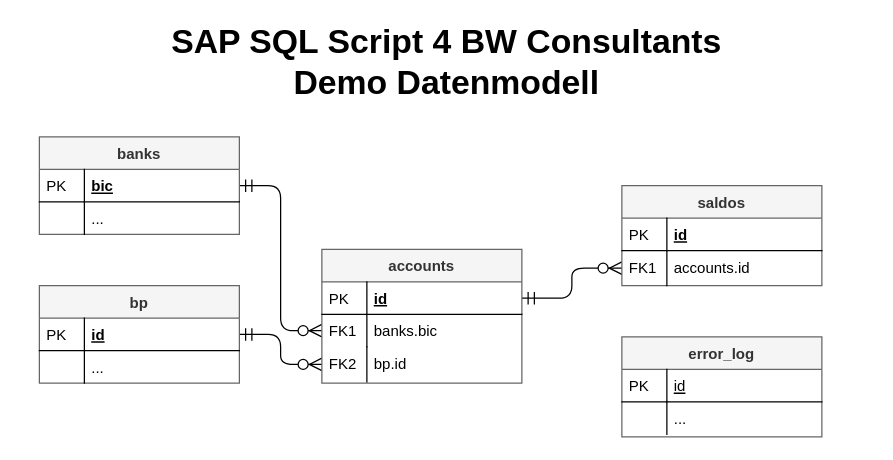
harry2303/SQL-Script-4-BW-Consultants keeps this draw.io diagram as ERM/Demo-Datenmodell.drawio. Above is the earlier version. Source tidied: cells renumbered, new cells numbered last; positions are measured from the earlier drawing's top-left corner, leaving out a move shared by most shapes. Both pictures are drawn from the tidied source at 125%, with x=0, y=0 at pixel (21, 24).
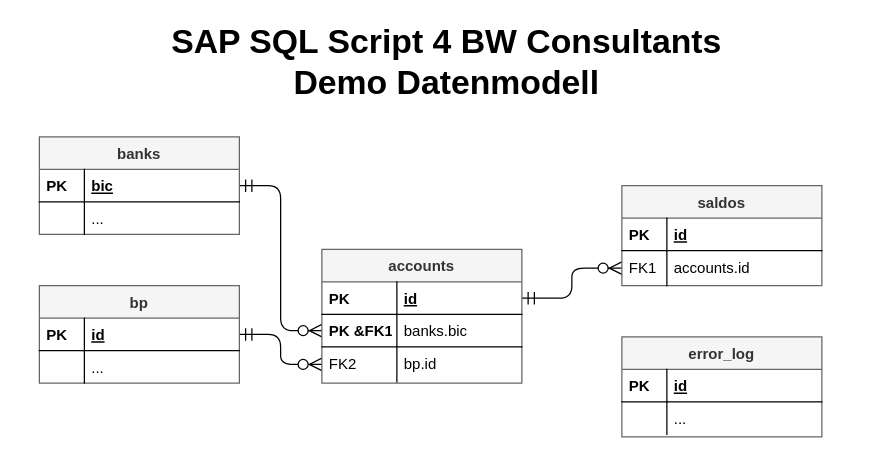
The same diagram, later.

Commit message (it also covers changes not shown here):
data model modification

Unchanged cells that the change refers to:
```xml
<mxCell id="6" value="accounts" style="swimlane;fontStyle=1;horizontal=1;startSize=26;rounded=0;shadow=0;strokeWidth=1;fillColor=#f5f5f5;strokeColor=#666666;fontColor=#333333;" parent="1" vertex="1">
  <mxGeometry x="240" y="180" width="160" height="107" as="geometry" />
</mxCell>
<mxCell id="14" value="bic" style="shape=partialRectangle;top=0;left=0;right=0;bottom=1;align=left;verticalAlign=top;fillColor=none;spacingLeft=40;spacingRight=4;overflow=hidden;points=[[0,0.5],[1,0.5]];portConstraint=eastwest;rounded=0;shadow=0;strokeWidth=1;fontStyle=5;" parent="13" vertex="1">
  <mxGeometry y="26" width="160" height="26" as="geometry" />
</mxCell>
<mxCell id="19" value="id" style="shape=partialRectangle;top=0;left=0;right=0;bottom=1;align=left;verticalAlign=top;fillColor=none;spacingLeft=40;spacingRight=4;overflow=hidden;points=[[0,0.5],[1,0.5]];portConstraint=eastwest;rounded=0;shadow=0;strokeWidth=1;fontStyle=5;" parent="18" vertex="1">
  <mxGeometry y="26" width="160" height="26" as="geometry" />
</mxCell>
<mxCell id="24" value="id" style="shape=partialRectangle;top=0;left=0;right=0;bottom=1;align=left;verticalAlign=top;fillColor=none;spacingLeft=40;spacingRight=4;overflow=hidden;rounded=0;shadow=0;strokeWidth=1;fontStyle=5;" parent="23" vertex="1">
  <mxGeometry y="26" width="160" height="26" as="geometry" />
</mxCell>
<mxCell id="28" value="error_log" style="swimlane;fontStyle=1;horizontal=1;startSize=26;rounded=0;shadow=0;strokeWidth=1;fillColor=#f5f5f5;strokeColor=#666666;fontColor=#333333;" parent="1" vertex="1">
  <mxGeometry x="480" y="250" width="160" height="80" as="geometry" />
</mxCell>
```

The edit, as a diff of the source:
```diff
@@
-    <mxCell id="7" value="id" style="shape=partialRectangle;top=0;left=0;right=0;bottom=1;align=left;verticalAlign=top;fillColor=none;spacingLeft=40;spacingRight=4;overflow=hidden;points=[[0,0.5],[1,0.5]];portConstraint=eastwest;rounded=0;shadow=0;strokeWidth=1;fontStyle=5;" parent="6" vertex="1">
+    <mxCell id="7" value="id" style="shape=partialRectangle;top=0;left=0;right=0;bottom=1;align=left;verticalAlign=top;fillColor=none;spacingLeft=64;spacingRight=4;overflow=hidden;points=[[0,0.5],[1,0.5]];portConstraint=eastwest;rounded=0;shadow=0;strokeWidth=1;fontStyle=5;" parent="6" vertex="1">
       <mxGeometry y="26" width="160" height="26" as="geometry" />
     </mxCell>
-    <mxCell id="8" value="PK" style="shape=partialRectangle;top=0;left=0;bottom=0;fillColor=none;align=left;verticalAlign=top;spacingLeft=4;spacingRight=4;overflow=hidden;" parent="7" vertex="1">
-      <mxGeometry width="36" height="26" as="geometry" />
+    <mxCell id="8" value="PK" style="shape=partialRectangle;top=0;left=0;bottom=0;fillColor=none;align=left;verticalAlign=top;spacingLeft=4;spacingRight=4;overflow=hidden;fontStyle=1;" parent="7" vertex="1">
+      <mxGeometry width="60" height="26" as="geometry" />
     </mxCell>
-    <mxCell id="9" value="banks.bic" style="shape=partialRectangle;top=0;left=0;right=0;bottom=0;align=left;verticalAlign=top;fillColor=none;spacingLeft=40;spacingRight=4;overflow=hidden;points=[[0,0.5],[1,0.5]];portConstraint=eastwest;rounded=0;shadow=0;strokeWidth=1;" parent="6" vertex="1">
+    <mxCell id="9" value="banks.bic" style="shape=partialRectangle;top=0;left=0;right=0;bottom=1;align=left;verticalAlign=top;fillColor=none;spacingLeft=64;spacingRight=4;overflow=hidden;points=[[0,0.5],[1,0.5]];portConstraint=eastwest;rounded=0;shadow=0;strokeWidth=1;" parent="6" vertex="1">
       <mxGeometry y="52" width="160" height="26" as="geometry" />
     </mxCell>
-    <mxCell id="10" value="FK1" style="shape=partialRectangle;top=0;left=0;bottom=0;fillColor=none;align=left;verticalAlign=top;spacingLeft=4;spacingRight=4;overflow=hidden;" parent="9" vertex="1">
-      <mxGeometry width="36" height="26" as="geometry" />
+    <mxCell id="10" value="PK &amp;FK1" style="shape=partialRectangle;top=0;left=0;bottom=0;fillColor=none;align=left;verticalAlign=top;spacingLeft=4;spacingRight=4;overflow=hidden;fontStyle=1;" parent="9" vertex="1">
+      <mxGeometry width="60" height="26" as="geometry" />
     </mxCell>
-    <mxCell id="11" value="bp.id" style="shape=partialRectangle;top=0;left=0;right=0;bottom=0;align=left;verticalAlign=top;fillColor=none;spacingLeft=40;spacingRight=4;overflow=hidden;points=[[0,0.5],[1,0.5]];portConstraint=eastwest;rounded=0;shadow=0;strokeWidth=1;" parent="6" vertex="1">
+    <mxCell id="11" value="bp.id" style="shape=partialRectangle;top=0;left=0;right=0;bottom=0;align=left;verticalAlign=top;fillColor=none;spacingLeft=64;spacingRight=4;overflow=hidden;points=[[0,0.5],[1,0.5]];portConstraint=eastwest;rounded=0;shadow=0;strokeWidth=1;" parent="6" vertex="1">
       <mxGeometry y="78" width="160" height="28" as="geometry" />
     </mxCell>
     <mxCell id="12" value="FK2" style="shape=partialRectangle;top=0;left=0;bottom=0;fillColor=none;align=left;verticalAlign=top;spacingLeft=4;spacingRight=4;overflow=hidden;" parent="11" vertex="1">
-      <mxGeometry width="36" height="28" as="geometry" />
+      <mxGeometry width="60" height="28" as="geometry" />
     </mxCell>
@@
-    <mxCell id="15" value="PK" style="shape=partialRectangle;top=0;left=0;bottom=0;fillColor=none;align=left;verticalAlign=top;spacingLeft=4;spacingRight=4;overflow=hidden;" parent="14" vertex="1">
+    <mxCell id="15" value="PK" style="shape=partialRectangle;top=0;left=0;bottom=0;fillColor=none;align=left;verticalAlign=top;spacingLeft=4;spacingRight=4;overflow=hidden;fontStyle=1;" parent="14" vertex="1">
       <mxGeometry width="36" height="26" as="geometry" />
     </mxCell>
@@
-    <mxCell id="20" value="PK" style="shape=partialRectangle;top=0;left=0;bottom=0;fillColor=none;align=left;verticalAlign=top;spacingLeft=4;spacingRight=4;overflow=hidden;" parent="19" vertex="1">
+    <mxCell id="20" value="PK" style="shape=partialRectangle;top=0;left=0;bottom=0;fillColor=none;align=left;verticalAlign=top;spacingLeft=4;spacingRight=4;overflow=hidden;fontStyle=1;" parent="19" vertex="1">
       <mxGeometry width="36" height="26" as="geometry" />
     </mxCell>
@@
-    <mxCell id="25" value="PK" style="shape=partialRectangle;top=0;left=0;bottom=0;fillColor=none;align=left;verticalAlign=top;spacingLeft=4;spacingRight=4;overflow=hidden;" parent="24" vertex="1">
+    <mxCell id="25" value="PK" style="shape=partialRectangle;top=0;left=0;bottom=0;fillColor=none;align=left;verticalAlign=top;spacingLeft=4;spacingRight=4;overflow=hidden;fontStyle=1;" parent="24" vertex="1">
       <mxGeometry width="36" height="26" as="geometry" />
     </mxCell>
@@
-    <mxCell id="29" value="id" style="shape=partialRectangle;top=0;left=0;right=0;bottom=1;align=left;verticalAlign=top;fillColor=none;spacingLeft=40;spacingRight=4;overflow=hidden;rounded=0;shadow=0;strokeWidth=1;fontStyle=4;" parent="28" vertex="1">
+    <mxCell id="29" value="id" style="shape=partialRectangle;top=0;left=0;right=0;bottom=1;align=left;verticalAlign=top;fillColor=none;spacingLeft=40;spacingRight=4;overflow=hidden;rounded=0;shadow=0;strokeWidth=1;fontStyle=5;" parent="28" vertex="1">
       <mxGeometry y="26" width="160" height="26" as="geometry" />
     </mxCell>
-    <mxCell id="30" value="PK" style="shape=partialRectangle;top=0;left=0;bottom=0;fillColor=none;align=left;verticalAlign=top;spacingLeft=4;spacingRight=4;overflow=hidden;" parent="29" vertex="1">
+    <mxCell id="30" value="PK" style="shape=partialRectangle;top=0;left=0;bottom=0;fillColor=none;align=left;verticalAlign=top;spacingLeft=4;spacingRight=4;overflow=hidden;fontStyle=1;" parent="29" vertex="1">
       <mxGeometry width="36" height="26" as="geometry" />
     </mxCell>
```
